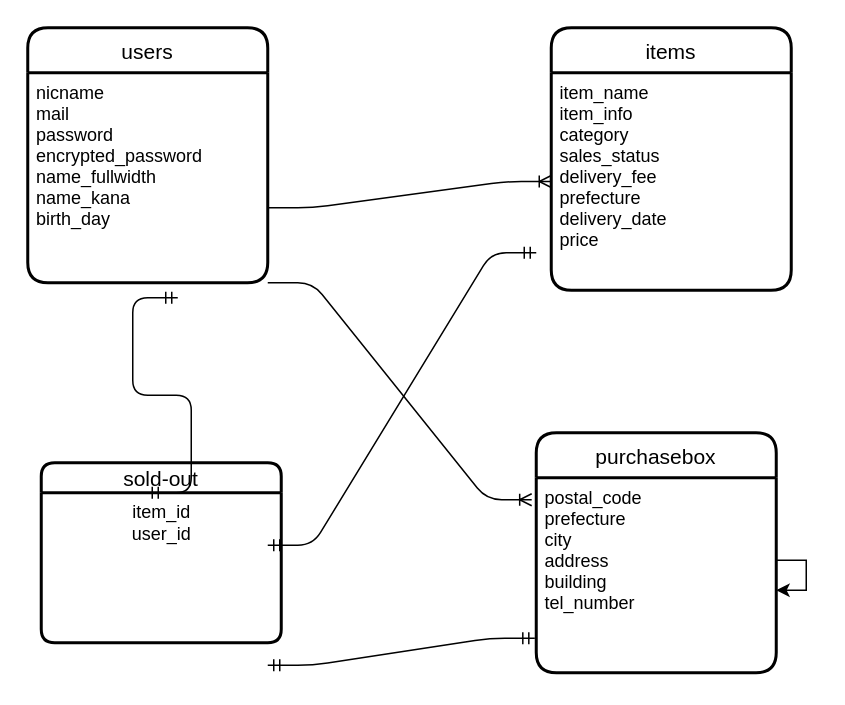
The draw.io diagram test.dio in keita-nakamura30/furima-32907, before the edit. Source tidied: cells renumbered, new cells numbered last; positions are measured from the earlier drawing's top-left corner, leaving out a move shared by most shapes. Both pictures are drawn from the tidied source at 150%, with x=0, y=0 at pixel (27, 27).
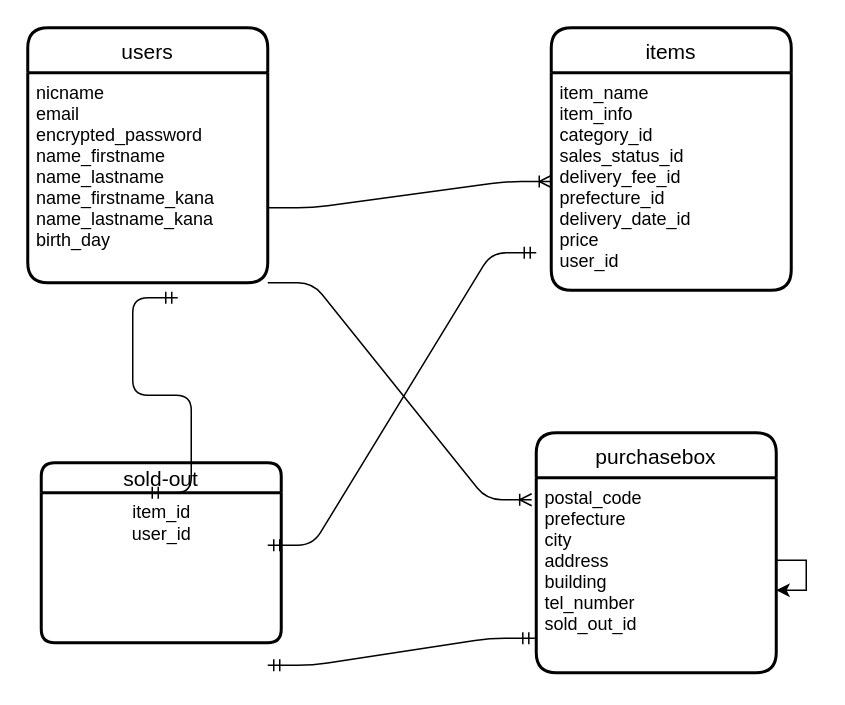
After the change.

Diff of the diagram source:
```diff
@@
 <mxGraphModel>
   <root>
     <mxCell id="0" />
     <mxCell id="1" parent="0" />
     <mxCell id="2" value="users" style="swimlane;horizontal=1;startSize=30;rounded=1;fontSize=14;fontStyle=0;strokeWidth=2;shadow=0;dashed=0;align=center;" parent="1" vertex="1">
       <mxGeometry width="160" height="170" as="geometry" />
     </mxCell>
-    <mxCell id="3" value="nicname &#10;mail&#10;password&#10;encrypted_password&#10;name_fullwidth&#10;name_kana&#10;birth_day&#10;" style="align=left;strokeColor=none;fillColor=none;spacingLeft=4;fontSize=12;verticalAlign=top;" parent="2" vertex="1">
+    <mxCell id="3" value="nicname &#10;email&#10;encrypted_password&#10;name_firstname&#10;name_lastname&#10;name_firstname_kana&#10;name_lastname_kana&#10;birth_day&#10;" style="align=left;strokeColor=none;fillColor=none;spacingLeft=4;fontSize=12;verticalAlign=top;" parent="2" vertex="1">
       <mxGeometry y="30" width="160" height="140" as="geometry" />
     </mxCell>
     <mxCell id="4" value="items" style="swimlane;horizontal=1;startSize=30;rounded=1;fontSize=14;fontStyle=0;strokeWidth=2;shadow=0;dashed=0;align=center;" parent="1" vertex="1">
       <mxGeometry x="349" width="160" height="175" as="geometry" />
     </mxCell>
-    <mxCell id="5" value="item_name&#10;item_info&#10;category&#10;sales_status&#10;delivery_fee&#10;prefecture&#10;delivery_date&#10;price" style="align=left;strokeColor=none;fillColor=none;spacingLeft=4;fontSize=12;verticalAlign=top;" parent="4" vertex="1">
+    <mxCell id="5" value="item_name&#10;item_info&#10;category_id&#10;sales_status_id&#10;delivery_fee_id&#10;prefecture_id&#10;delivery_date_id&#10;price&#10;user_id" style="align=left;strokeColor=none;fillColor=none;spacingLeft=4;fontSize=12;verticalAlign=top;" parent="4" vertex="1">
       <mxGeometry y="30" width="160" height="145" as="geometry" />
     </mxCell>
     <mxCell id="6" value="purchasebox" style="swimlane;horizontal=1;startSize=30;rounded=1;fontSize=14;fontStyle=0;strokeWidth=2;shadow=0;dashed=0;align=center;" parent="1" vertex="1">
       <mxGeometry x="339" y="270" width="160" height="160" as="geometry" />
     </mxCell>
-    <mxCell id="7" value="postal_code&#10;prefecture&#10;city&#10;address&#10;building&#10;tel_number" style="align=left;strokeColor=none;fillColor=none;spacingLeft=4;fontSize=12;verticalAlign=top;" parent="6" vertex="1">
+    <mxCell id="7" value="postal_code&#10;prefecture&#10;city&#10;address&#10;building&#10;tel_number&#10;sold_out_id&#10;" style="align=left;strokeColor=none;fillColor=none;spacingLeft=4;fontSize=12;verticalAlign=top;" parent="6" vertex="1">
       <mxGeometry y="30" width="160" height="130" as="geometry" />
     </mxCell>
     <mxCell id="8" style="edgeStyle=orthogonalEdgeStyle;rounded=0;orthogonalLoop=1;jettySize=auto;html=1;" parent="6" edge="1" source="7" target="7">
       <mxGeometry relative="1" as="geometry" />
     </mxCell>
     <mxCell id="9" value="sold-out" style="swimlane;horizontal=1;startSize=20;rounded=1;fontSize=14;fontStyle=0;strokeWidth=2;shadow=0;dashed=0;align=center;" parent="1" vertex="1">
       <mxGeometry x="9" y="290" width="160" height="120" as="geometry" />
     </mxCell>
     <mxCell id="10" value="item_id&lt;br&gt;user_id&lt;br&gt;" style="text;html=1;align=center;verticalAlign=middle;" parent="1" vertex="1">
       <mxGeometry x="64" y="315" width="50" height="30" as="geometry" />
     </mxCell>
     <mxCell id="11" style="edgeStyle=entityRelationEdgeStyle;fontSize=12;html=1;endArrow=ERoneToMany;entryX=0;entryY=0.5;entryDx=0;entryDy=0;" parent="1" edge="1" target="5">
       <mxGeometry relative="1" as="geometry">
         <mxPoint x="160" y="120" as="sourcePoint" />
       </mxGeometry>
     </mxCell>
     <mxCell id="12" style="edgeStyle=entityRelationEdgeStyle;fontSize=12;html=1;endArrow=ERmandOne;startArrow=ERmandOne;" parent="1" edge="1">
       <mxGeometry relative="1" as="geometry">
         <mxPoint x="79" y="310" as="sourcePoint" />
         <mxPoint x="100" y="180" as="targetPoint" />
       </mxGeometry>
     </mxCell>
     <mxCell id="13" style="edgeStyle=entityRelationEdgeStyle;fontSize=12;html=1;endArrow=ERmandOne;startArrow=ERmandOne;" parent="1" edge="1">
       <mxGeometry relative="1" as="geometry">
         <mxPoint x="160" y="345" as="sourcePoint" />
         <mxPoint x="339" y="150" as="targetPoint" />
       </mxGeometry>
     </mxCell>
     <mxCell id="14" style="edgeStyle=entityRelationEdgeStyle;fontSize=12;html=1;endArrow=ERmandOne;startArrow=ERmandOne;entryX=-0.006;entryY=0.823;entryDx=0;entryDy=0;entryPerimeter=0;" parent="1" edge="1" target="7">
       <mxGeometry relative="1" as="geometry">
         <mxPoint x="160" y="425" as="sourcePoint" />
       </mxGeometry>
     </mxCell>
     <mxCell id="15" style="edgeStyle=entityRelationEdgeStyle;fontSize=12;html=1;endArrow=ERoneToMany;entryX=-0.019;entryY=0.113;entryDx=0;entryDy=0;entryPerimeter=0;exitX=1;exitY=1;exitDx=0;exitDy=0;" parent="1" edge="1" source="3" target="7">
       <mxGeometry relative="1" as="geometry" />
     </mxCell>
   </root>
 </mxGraphModel>
```
